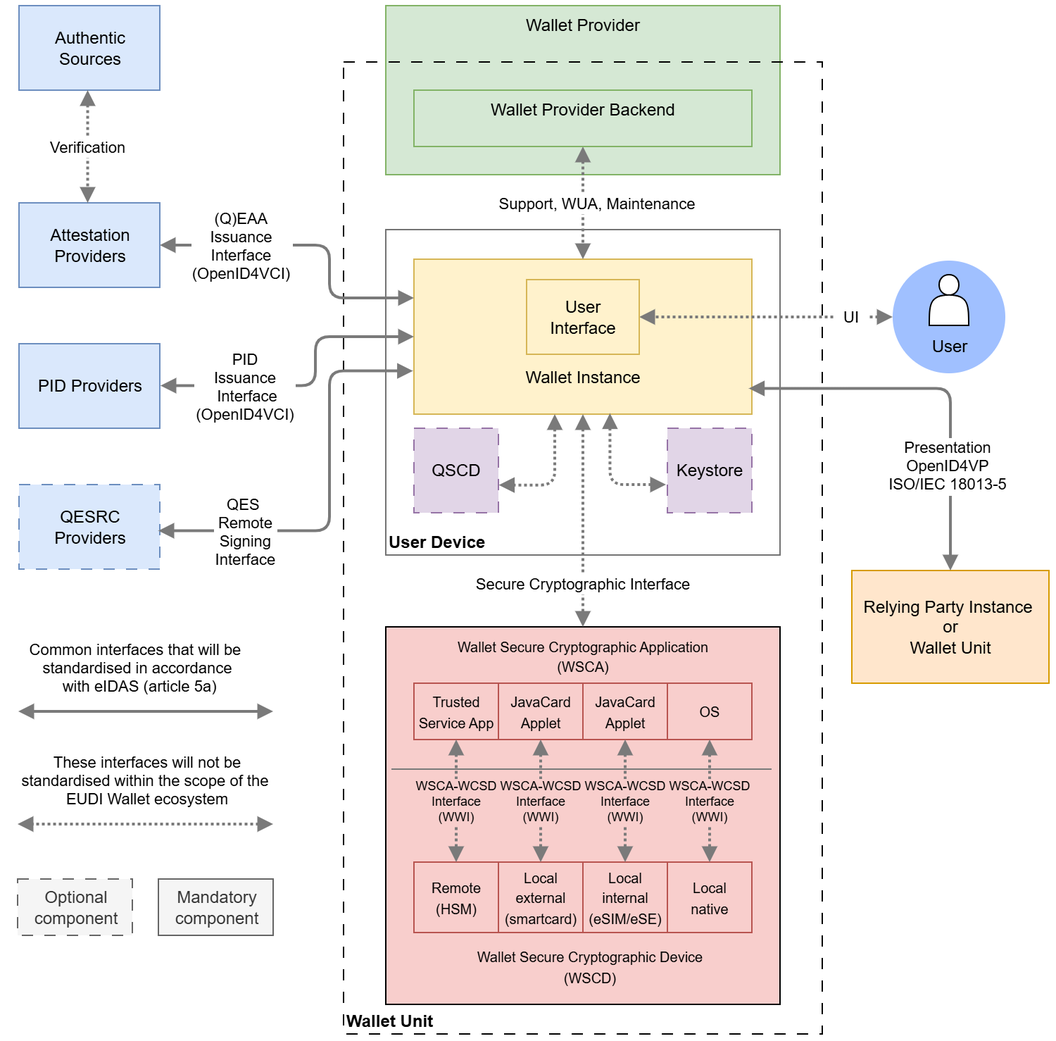
Above: 1.0.0/media/Figure_2_High-Level_Architecture.png in rawmain/architecture-and-reference-framework (draw.io), before the change. Source tidied: cells renumbered, new cells last; positions are measured from the earlier drawing's top-left corner, leaving out a move shared by most shapes.
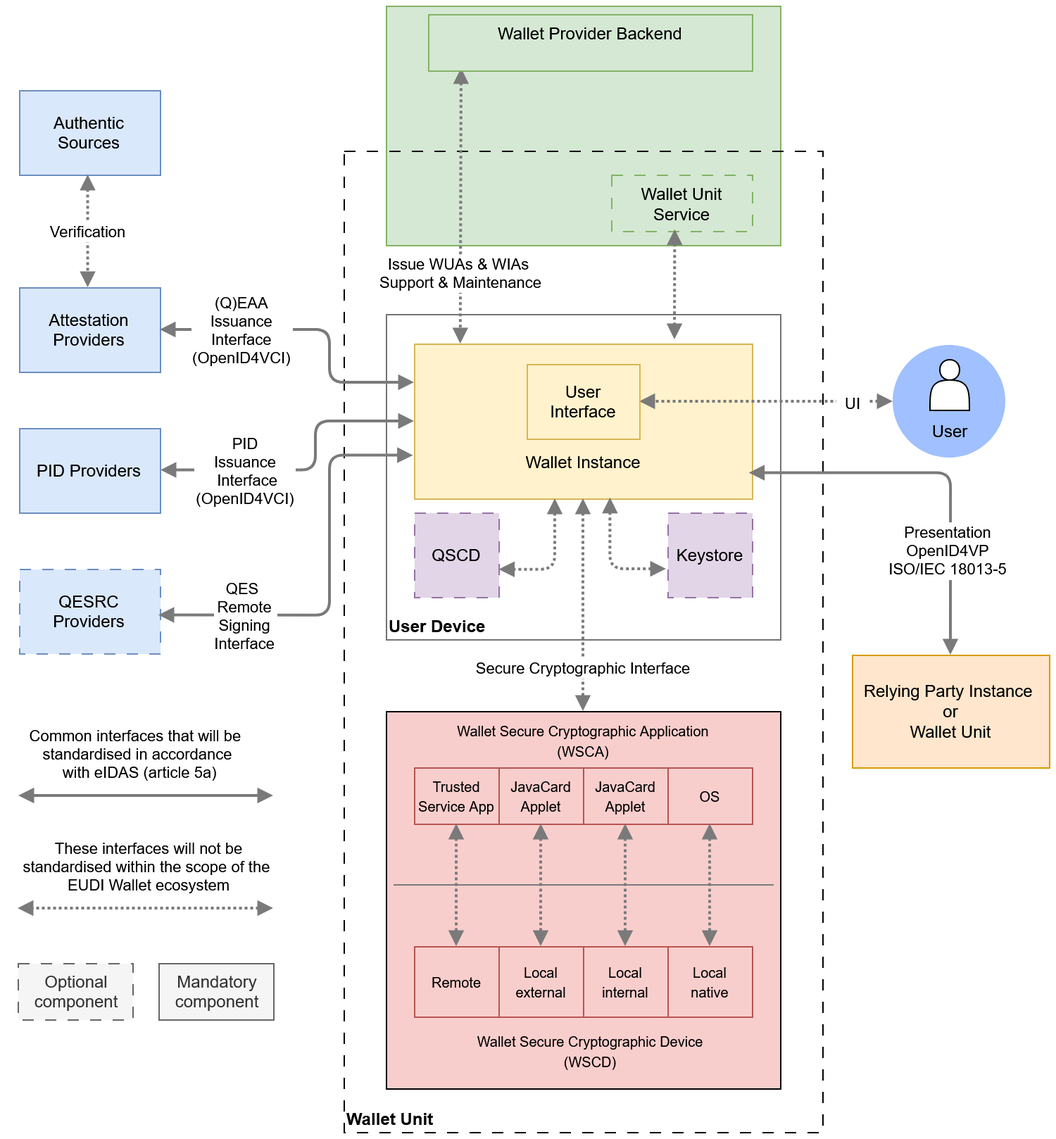
The same file after the commit.

The edit, as a diff of the source:
```diff
@@ -2,11 +2,11 @@
   <root>
     <mxCell id="0" />
     <mxCell id="1" parent="0" />
-    <mxCell id="2" value="&lt;font style=&quot;color: light-dark(rgb(0, 0, 0), rgb(0, 0, 0));&quot;&gt;Wallet Provider&lt;/font&gt;" style="rounded=0;whiteSpace=wrap;html=1;fillColor=#d5e8d4;strokeWidth=1;strokeColor=#82b366;verticalAlign=top;" parent="1" vertex="1">
-      <mxGeometry x="262" width="280" height="120" as="geometry" />
+    <mxCell id="2" style="rounded=0;whiteSpace=wrap;html=1;fillColor=#d5e8d4;strokeWidth=1;strokeColor=#82b366;verticalAlign=top;" parent="1" vertex="1">
+      <mxGeometry x="262" y="-60" width="280" height="170" as="geometry" />
     </mxCell>
     <mxCell id="3" value="&lt;b&gt;Wallet Unit&lt;/b&gt;" style="rounded=0;whiteSpace=wrap;html=1;dashed=1;dashPattern=8 8;fillColor=none;verticalAlign=bottom;align=left;" parent="1" vertex="1">
-      <mxGeometry x="232" y="40" width="340" height="690" as="geometry" />
+      <mxGeometry x="232" y="43" width="340" height="697" as="geometry" />
     </mxCell>
     <mxCell id="4" value="User Device" style="rounded=0;whiteSpace=wrap;html=1;fillColor=none;verticalAlign=bottom;align=left;strokeColor=#737373;fontStyle=1;" parent="1" vertex="1">
       <mxGeometry x="262" y="159" width="280" height="231" as="geometry" />
@@ -37,8 +37,11 @@
     <mxCell id="12" style="shape=actor;whiteSpace=wrap;html=1;strokeWidth=1;" parent="1" vertex="1">
       <mxGeometry x="648" y="191" width="28" height="36" as="geometry" />
     </mxCell>
-    <mxCell id="13" value="Support, WUA, Maintenance" style="edgeStyle=orthogonalEdgeStyle;endArrow=block;startArrow=block;startFill=1;strokeColor=light-dark(#7a7a7a, #4B5C6B);labelBackgroundColor=default;fontColor=light-dark(#000000,#000000);textShadow=0;strokeWidth=2;entryX=0.5;entryY=0;entryDx=0;entryDy=0;exitX=0.5;exitY=1;exitDx=0;exitDy=0;dashed=1;dashPattern=1 1;" parent="1" edge="1" source="19" target="6">
-      <mxGeometry y="10" relative="1" as="geometry" />
+    <mxCell id="13" value="Issue WUAs &amp; WIAs &#10;Support &amp; Maintenance" style="endArrow=block;startArrow=block;startFill=1;strokeColor=light-dark(#7a7a7a, #4B5C6B);labelBackgroundColor=default;fontColor=light-dark(#000000,#000000);textShadow=0;strokeWidth=2;exitX=0.102;exitY=0.959;exitDx=0;exitDy=0;dashed=1;dashPattern=1 1;exitPerimeter=0;entryX=0.137;entryY=0;entryDx=0;entryDy=0;entryPerimeter=0;" parent="1" edge="1">
+      <mxGeometry x="0.49" relative="1" as="geometry">
+        <mxPoint x="315.5" y="-15.6" as="sourcePoint" />
+        <mxPoint x="314.9" y="180" as="targetPoint" />
+      </mxGeometry>
     </mxCell>
     <mxCell id="14" value="User&lt;div&gt;Interface&lt;/div&gt;" style="rounded=0;whiteSpace=wrap;html=1;fillColor=#fff2cc;strokeColor=#d6b656;" parent="1" vertex="1">
       <mxGeometry x="362" y="194.5" width="80" height="53" as="geometry" />
@@ -60,8 +63,8 @@
         <mxPoint y="-32" as="offset" />
       </mxGeometry>
     </mxCell>
-    <mxCell id="19" value="&lt;font style=&quot;color: light-dark(rgb(0, 0, 0), rgb(0, 0, 0));&quot;&gt;Wallet Provider Backend&lt;/font&gt;" style="rounded=0;whiteSpace=wrap;html=1;fillColor=#d5e8d4;strokeWidth=1;strokeColor=#82b366;verticalAlign=top;" parent="1" vertex="1">
-      <mxGeometry x="282" y="60" width="240" height="40" as="geometry" />
+    <mxCell id="19" value="&lt;font style=&quot;color: light-dark(rgb(0, 0, 0), rgb(0, 0, 0));&quot;&gt;Wallet Unit Service&lt;/font&gt;" style="rounded=0;whiteSpace=wrap;html=1;fillColor=#d5e8d4;strokeWidth=1;strokeColor=#82b366;verticalAlign=top;dashed=1;dashPattern=8 8;" parent="1" vertex="1">
+      <mxGeometry x="422" y="60" width="100" height="40" as="geometry" />
     </mxCell>
     <mxCell id="20" value="&lt;div style=&quot;&quot;&gt;&lt;span style=&quot;background-color: transparent; color: light-dark(rgb(0, 0, 0), rgb(0, 0, 0));&quot;&gt;Attestation Providers&lt;/span&gt;&lt;/div&gt;" style="rounded=0;whiteSpace=wrap;html=1;fillColor=#dae8fc;strokeWidth=1;strokeColor=#6c8ebf;" parent="1" vertex="1">
       <mxGeometry x="1.5" y="140" width="100" height="60" as="geometry" />
@@ -130,25 +133,25 @@
     <mxCell id="33" value="&lt;span style=&quot;font-size: 10px;&quot;&gt;Wallet Secure&amp;nbsp;&lt;/span&gt;&lt;span style=&quot;background-color: transparent; color: light-dark(rgb(0, 0, 0), rgb(255, 255, 255)); font-size: 10px;&quot;&gt;Cryptographic Device&lt;/span&gt;&lt;div&gt;&lt;div&gt;&lt;span style=&quot;font-size: 10px;&quot;&gt;(WSCD)&lt;/span&gt;&lt;/div&gt;&lt;/div&gt;" style="rounded=0;whiteSpace=wrap;html=1;fillColor=none;strokeColor=none;verticalAlign=bottom;" parent="1" vertex="1">
       <mxGeometry x="262" y="589" width="290" height="110" as="geometry" />
     </mxCell>
-    <mxCell id="34" value="&lt;span style=&quot;font-size: 10px;&quot;&gt;Remote&lt;/span&gt;&lt;div&gt;&lt;span style=&quot;font-size: 10px;&quot;&gt;(HSM)&lt;/span&gt;&lt;/div&gt;" style="rounded=0;whiteSpace=wrap;html=1;fillColor=#f8cecc;strokeColor=#b85450;" parent="1" vertex="1">
+    <mxCell id="34" value="&lt;span style=&quot;font-size: 10px;&quot;&gt;Remote&lt;/span&gt;" style="rounded=0;whiteSpace=wrap;html=1;fillColor=#f8cecc;strokeColor=#b85450;" parent="1" vertex="1">
       <mxGeometry x="282" y="608" width="60" height="50" as="geometry" />
     </mxCell>
-    <mxCell id="35" value="&lt;span style=&quot;font-size: 10px;&quot;&gt;Local external&lt;/span&gt;&lt;div&gt;&lt;span style=&quot;font-size: 10px; background-color: transparent; color: light-dark(rgb(0, 0, 0), rgb(255, 255, 255));&quot;&gt;(smartcard)&lt;/span&gt;&lt;/div&gt;" style="rounded=0;whiteSpace=wrap;html=1;fillColor=#f8cecc;strokeColor=#b85450;" parent="1" vertex="1">
+    <mxCell id="35" value="&lt;span style=&quot;font-size: 10px;&quot;&gt;Local external&lt;/span&gt;" style="rounded=0;whiteSpace=wrap;html=1;fillColor=#f8cecc;strokeColor=#b85450;" parent="1" vertex="1">
       <mxGeometry x="342" y="608" width="60" height="50" as="geometry" />
     </mxCell>
-    <mxCell id="36" value="&lt;span style=&quot;font-size: 10px;&quot;&gt;Local internal&lt;/span&gt;&lt;div&gt;&lt;span style=&quot;font-size: 10px;&quot;&gt;(eSIM/eSE)&lt;/span&gt;&lt;/div&gt;" style="rounded=0;whiteSpace=wrap;html=1;fillColor=#f8cecc;strokeColor=#b85450;" parent="1" vertex="1">
+    <mxCell id="36" value="&lt;span style=&quot;font-size: 10px;&quot;&gt;Local internal&lt;/span&gt;" style="rounded=0;whiteSpace=wrap;html=1;fillColor=#f8cecc;strokeColor=#b85450;" parent="1" vertex="1">
       <mxGeometry x="402" y="608" width="60" height="50" as="geometry" />
     </mxCell>
     <mxCell id="37" value="&lt;span style=&quot;font-size: 10px;&quot;&gt;Local&lt;/span&gt;&lt;div&gt;&lt;span style=&quot;font-size: 10px;&quot;&gt;native&lt;/span&gt;&lt;/div&gt;" style="rounded=0;whiteSpace=wrap;html=1;fillColor=#f8cecc;strokeColor=#b85450;" parent="1" vertex="1">
       <mxGeometry x="462" y="608" width="60" height="50" as="geometry" />
     </mxCell>
-    <mxCell id="38" value="WSCA-WCSD&#10;Interface&#10;(WWI)" style="edgeStyle=orthogonalEdgeStyle;endArrow=block;startArrow=block;startFill=1;strokeColor=light-dark(#7a7a7a, #4B5C6B);labelBackgroundColor=light-dark(#f8cecc, #ededed);fontColor=light-dark(#000000,#000000);textShadow=0;strokeWidth=2;dashed=1;dashPattern=1 1;fontSize=9;exitX=0.5;exitY=1;exitDx=0;exitDy=0;entryX=0.5;entryY=0;entryDx=0;entryDy=0;" parent="1" edge="1" source="27" target="34">
+    <mxCell id="38" style="edgeStyle=orthogonalEdgeStyle;endArrow=block;startArrow=block;startFill=1;strokeColor=light-dark(#7a7a7a, #4B5C6B);labelBackgroundColor=light-dark(#f8cecc, #ededed);fontColor=light-dark(#000000,#000000);textShadow=0;strokeWidth=2;dashed=1;dashPattern=1 1;fontSize=9;exitX=0.5;exitY=1;exitDx=0;exitDy=0;entryX=0.5;entryY=0;entryDx=0;entryDy=0;" parent="1" edge="1" source="27" target="34">
       <mxGeometry relative="1" as="geometry" />
     </mxCell>
     <mxCell id="39" style="endArrow=none;html=1;rounded=0;strokeWidth=1;strokeColor=light-dark(#7a7a7a, #ededed);" parent="1" edge="1">
       <mxGeometry relative="1" as="geometry">
-        <mxPoint x="266" y="542" as="sourcePoint" />
-        <mxPoint x="536" y="542" as="targetPoint" />
+        <mxPoint x="267" y="564" as="sourcePoint" />
+        <mxPoint x="537" y="564" as="targetPoint" />
       </mxGeometry>
     </mxCell>
     <mxCell id="40" value="Secure Cryptographic Interface" style="edgeStyle=orthogonalEdgeStyle;endArrow=block;startArrow=block;startFill=1;strokeColor=light-dark(#7a7a7a, #4B5C6B);labelBackgroundColor=default;fontColor=light-dark(#000000,#000000);textShadow=0;strokeWidth=2;dashed=1;dashPattern=1 1;exitX=0.5;exitY=1;exitDx=0;exitDy=0;entryX=0.5;entryY=0;entryDx=0;entryDy=0;" parent="1" edge="1">
@@ -157,13 +160,13 @@
         <mxPoint x="402" y="441" as="targetPoint" />
       </mxGeometry>
     </mxCell>
-    <mxCell id="41" value="WSCA-WCSD&#10;Interface&#10;(WWI)" style="edgeStyle=orthogonalEdgeStyle;endArrow=block;startArrow=block;startFill=1;strokeColor=light-dark(#7a7a7a, #4B5C6B);labelBackgroundColor=light-dark(#f8cecc, #ededed);fontColor=light-dark(#000000,#000000);textShadow=0;strokeWidth=2;dashed=1;dashPattern=1 1;fontSize=9;exitX=0.5;exitY=1;exitDx=0;exitDy=0;entryX=0.5;entryY=0;entryDx=0;entryDy=0;" parent="1" edge="1" source="28" target="35">
+    <mxCell id="41" style="edgeStyle=orthogonalEdgeStyle;endArrow=block;startArrow=block;startFill=1;strokeColor=light-dark(#7a7a7a, #4B5C6B);labelBackgroundColor=light-dark(#f8cecc, #ededed);fontColor=light-dark(#000000,#000000);textShadow=0;strokeWidth=2;dashed=1;dashPattern=1 1;fontSize=9;exitX=0.5;exitY=1;exitDx=0;exitDy=0;entryX=0.5;entryY=0;entryDx=0;entryDy=0;" parent="1" edge="1" source="28" target="35">
       <mxGeometry relative="1" as="geometry" />
     </mxCell>
-    <mxCell id="42" value="WSCA-WCSD&#10;Interface&#10;(WWI)" style="edgeStyle=orthogonalEdgeStyle;endArrow=block;startArrow=block;startFill=1;strokeColor=light-dark(#7a7a7a, #4B5C6B);labelBackgroundColor=light-dark(#f8cecc, #ededed);fontColor=light-dark(#000000,#000000);textShadow=0;strokeWidth=2;dashed=1;dashPattern=1 1;fontSize=9;exitX=0.5;exitY=1;exitDx=0;exitDy=0;entryX=0.5;entryY=0;entryDx=0;entryDy=0;" parent="1" edge="1" source="29" target="36">
+    <mxCell id="42" style="edgeStyle=orthogonalEdgeStyle;endArrow=block;startArrow=block;startFill=1;strokeColor=light-dark(#7a7a7a, #4B5C6B);labelBackgroundColor=light-dark(#f8cecc, #ededed);fontColor=light-dark(#000000,#000000);textShadow=0;strokeWidth=2;dashed=1;dashPattern=1 1;fontSize=9;exitX=0.5;exitY=1;exitDx=0;exitDy=0;entryX=0.5;entryY=0;entryDx=0;entryDy=0;" parent="1" edge="1" source="29" target="36">
       <mxGeometry relative="1" as="geometry" />
     </mxCell>
-    <mxCell id="43" value="WSCA-WCSD&#10;Interface&#10;(WWI)" style="edgeStyle=orthogonalEdgeStyle;endArrow=block;startArrow=block;startFill=1;strokeColor=light-dark(#7a7a7a, #4B5C6B);labelBackgroundColor=light-dark(#f8cecc, #ededed);fontColor=light-dark(#000000,#000000);textShadow=0;strokeWidth=2;dashed=1;dashPattern=1 1;fontSize=9;exitX=0.5;exitY=1;exitDx=0;exitDy=0;entryX=0.5;entryY=0;entryDx=0;entryDy=0;" parent="1" edge="1" source="30" target="37">
+    <mxCell id="43" style="edgeStyle=orthogonalEdgeStyle;endArrow=block;startArrow=block;startFill=1;strokeColor=light-dark(#7a7a7a, #4B5C6B);labelBackgroundColor=light-dark(#f8cecc, #ededed);fontColor=light-dark(#000000,#000000);textShadow=0;strokeWidth=2;dashed=1;dashPattern=1 1;fontSize=9;exitX=0.5;exitY=1;exitDx=0;exitDy=0;entryX=0.5;entryY=0;entryDx=0;entryDy=0;" parent="1" edge="1" source="30" target="37">
       <mxGeometry relative="1" as="geometry" />
     </mxCell>
     <mxCell id="44" value="Keystore" style="rounded=0;whiteSpace=wrap;html=1;fillColor=#e1d5e7;strokeColor=#9673a6;dashed=1;dashPattern=8 8;" parent="1" vertex="1">
@@ -194,5 +197,13 @@
     <mxCell id="49" value="&lt;div style=&quot;&quot;&gt;Mandatory component&lt;/div&gt;" style="rounded=0;whiteSpace=wrap;html=1;fillColor=#f5f5f5;strokeWidth=1;strokeColor=#666666;fontColor=#333333;" parent="1" vertex="1">
       <mxGeometry x="100.5" y="620" width="81.5" height="40" as="geometry" />
     </mxCell>
+    <mxCell id="50" value="&lt;font style=&quot;color: light-dark(rgb(0, 0, 0), rgb(0, 0, 0));&quot;&gt;Wallet Provider Backend&lt;/font&gt;" style="rounded=0;whiteSpace=wrap;html=1;fillColor=#d5e8d4;strokeWidth=1;strokeColor=#82b366;verticalAlign=top;" parent="1" vertex="1">
+      <mxGeometry x="292" y="-54" width="230" height="40" as="geometry" />
+    </mxCell>
+    <mxCell id="51" style="endArrow=block;startArrow=block;startFill=1;strokeColor=light-dark(#7a7a7a, #4B5C6B);labelBackgroundColor=default;fontColor=light-dark(#000000,#000000);textShadow=0;strokeWidth=2;exitX=0.452;exitY=0.972;exitDx=0;exitDy=0;dashed=1;dashPattern=1 1;exitPerimeter=0;" parent="1" edge="1" source="19">
+      <mxGeometry x="0.59" y="7" relative="1" as="geometry">
+        <mxPoint x="467" y="177" as="targetPoint" />
+      </mxGeometry>
+    </mxCell>
   </root>
 </mxGraphModel>
```
